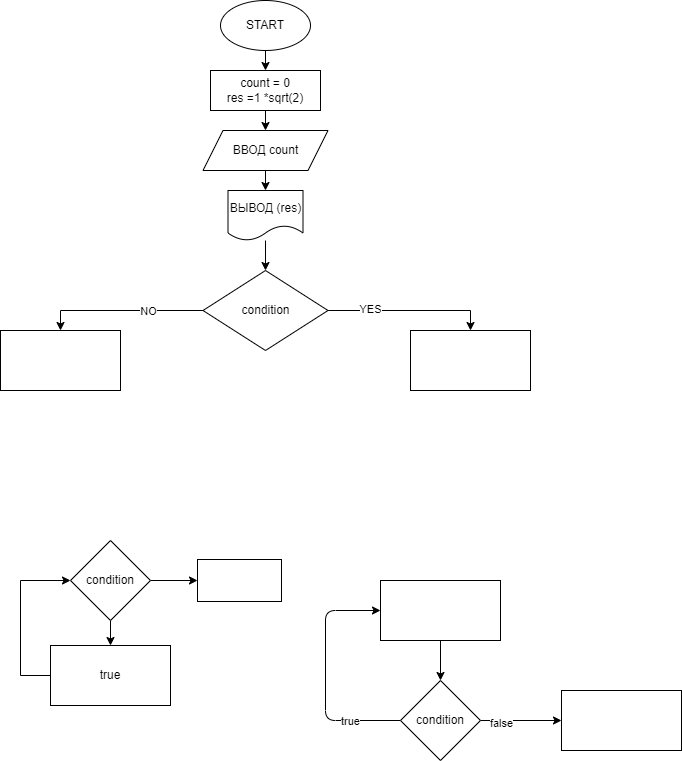
yasmin273/practice_temp keeps this draw.io diagram as ex000.drawio.png. Above is the earlier version. Source tidied: cells renumbered, new cells last; positions are measured from the earlier drawing's top-left corner, leaving out a move shared by most shapes. Its diagram source:
```xml
<mxGraphModel>
  <root>
    <mxCell id="0" />
    <mxCell id="1" parent="0" />
    <mxCell id="2" style="edgeStyle=none;html=1;rounded=0;" parent="1" edge="1" source="3" target="5">
      <mxGeometry relative="1" as="geometry" />
    </mxCell>
    <mxCell id="3" value="START&lt;br&gt;" style="ellipse;whiteSpace=wrap;html=1;rounded=0;" parent="1" vertex="1">
      <mxGeometry x="220" width="90" height="50" as="geometry" />
    </mxCell>
    <mxCell id="4" style="edgeStyle=none;html=1;rounded=0;" parent="1" edge="1" source="5" target="7">
      <mxGeometry relative="1" as="geometry" />
    </mxCell>
    <mxCell id="5" value="count = 0&lt;br&gt;res =1 *sqrt(2)" style="rounded=0;whiteSpace=wrap;html=1;" parent="1" vertex="1">
      <mxGeometry x="210" y="70" width="110" height="40" as="geometry" />
    </mxCell>
    <mxCell id="6" style="edgeStyle=none;html=1;rounded=0;" parent="1" edge="1" source="7" target="9">
      <mxGeometry relative="1" as="geometry" />
    </mxCell>
    <mxCell id="7" value="ВВОД count" style="shape=parallelogram;perimeter=parallelogramPerimeter;whiteSpace=wrap;html=1;fixedSize=1;rounded=0;" parent="1" vertex="1">
      <mxGeometry x="202.5" y="130" width="125" height="40" as="geometry" />
    </mxCell>
    <mxCell id="8" style="edgeStyle=none;html=1;rounded=0;" parent="1" edge="1" source="9" target="14">
      <mxGeometry relative="1" as="geometry" />
    </mxCell>
    <mxCell id="9" value="ВЫВОД (res)" style="shape=document;whiteSpace=wrap;html=1;boundedLbl=1;rounded=0;" parent="1" vertex="1">
      <mxGeometry x="227.5" y="190" width="75" height="50" as="geometry" />
    </mxCell>
    <mxCell id="10" style="edgeStyle=none;html=1;rounded=0;" parent="1" edge="1" source="14" target="15">
      <mxGeometry relative="1" as="geometry">
        <Array as="points">
          <mxPoint x="470" y="310" />
        </Array>
      </mxGeometry>
    </mxCell>
    <mxCell id="11" value="YES" style="edgeLabel;html=1;align=center;verticalAlign=middle;rounded=0;" parent="10" vertex="1">
      <mxGeometry x="-0.49" y="2" relative="1" as="geometry" />
    </mxCell>
    <mxCell id="12" style="edgeStyle=none;html=1;rounded=0;" parent="1" edge="1" source="14" target="16">
      <mxGeometry relative="1" as="geometry">
        <Array as="points">
          <mxPoint x="60" y="310" />
        </Array>
      </mxGeometry>
    </mxCell>
    <mxCell id="13" value="NO" style="edgeLabel;html=1;align=center;verticalAlign=middle;rounded=0;" parent="12" vertex="1">
      <mxGeometry x="-0.31" relative="1" as="geometry">
        <mxPoint x="1" as="offset" />
      </mxGeometry>
    </mxCell>
    <mxCell id="14" value="condition" style="rhombus;whiteSpace=wrap;html=1;rounded=0;" parent="1" vertex="1">
      <mxGeometry x="202.5" y="270" width="125" height="80" as="geometry" />
    </mxCell>
    <mxCell id="15" style="whiteSpace=wrap;html=1;rounded=0;" parent="1" vertex="1">
      <mxGeometry x="410" y="330" width="120" height="60" as="geometry" />
    </mxCell>
    <mxCell id="16" style="whiteSpace=wrap;html=1;rounded=0;" parent="1" vertex="1">
      <mxGeometry y="330" width="120" height="60" as="geometry" />
    </mxCell>
    <mxCell id="17" style="edgeStyle=none;html=1;rounded=0;" parent="1" edge="1" source="19" target="21">
      <mxGeometry relative="1" as="geometry" />
    </mxCell>
    <mxCell id="18" style="edgeStyle=none;html=1;" parent="1" edge="1" source="19" target="29">
      <mxGeometry relative="1" as="geometry" />
    </mxCell>
    <mxCell id="19" value="condition" style="rhombus;whiteSpace=wrap;html=1;rounded=0;" parent="1" vertex="1">
      <mxGeometry x="70" y="540" width="80" height="80" as="geometry" />
    </mxCell>
    <mxCell id="20" style="edgeStyle=none;html=1;entryX=0;entryY=0.5;entryDx=0;entryDy=0;rounded=0;" parent="1" edge="1" source="21" target="19">
      <mxGeometry relative="1" as="geometry">
        <Array as="points">
          <mxPoint x="20" y="675" />
          <mxPoint x="20" y="580" />
        </Array>
      </mxGeometry>
    </mxCell>
    <mxCell id="21" value="true" style="whiteSpace=wrap;html=1;rounded=0;" parent="1" vertex="1">
      <mxGeometry x="50" y="645" width="120" height="60" as="geometry" />
    </mxCell>
    <mxCell id="22" style="edgeStyle=none;html=1;entryX=0;entryY=0.5;entryDx=0;entryDy=0;" parent="1" edge="1" source="26" target="28">
      <mxGeometry relative="1" as="geometry">
        <Array as="points">
          <mxPoint x="325" y="720" />
          <mxPoint x="325" y="610" />
        </Array>
      </mxGeometry>
    </mxCell>
    <mxCell id="23" value="true" style="edgeLabel;html=1;align=center;verticalAlign=middle;" parent="22" vertex="1">
      <mxGeometry x="-0.58" relative="1" as="geometry" />
    </mxCell>
    <mxCell id="24" style="edgeStyle=none;html=1;" parent="1" edge="1" source="26" target="30">
      <mxGeometry relative="1" as="geometry" />
    </mxCell>
    <mxCell id="25" value="false" style="edgeLabel;html=1;align=center;verticalAlign=middle;" parent="24" vertex="1">
      <mxGeometry x="-0.51" y="-2" relative="1" as="geometry" />
    </mxCell>
    <mxCell id="26" value="condition" style="rhombus;whiteSpace=wrap;html=1;rounded=0;" parent="1" vertex="1">
      <mxGeometry x="400" y="680" width="80" height="80" as="geometry" />
    </mxCell>
    <mxCell id="27" style="edgeStyle=none;html=1;rounded=0;" parent="1" edge="1" source="28" target="26">
      <mxGeometry relative="1" as="geometry" />
    </mxCell>
    <mxCell id="28" style="rounded=0;whiteSpace=wrap;html=1;" parent="1" vertex="1">
      <mxGeometry x="380" y="580" width="120" height="60" as="geometry" />
    </mxCell>
    <mxCell id="29" style="whiteSpace=wrap;html=1;rounded=0;" parent="1" vertex="1">
      <mxGeometry x="197" y="559" width="84" height="42" as="geometry" />
    </mxCell>
    <mxCell id="30" style="whiteSpace=wrap;html=1;rounded=0;" parent="1" vertex="1">
      <mxGeometry x="561" y="690" width="120" height="60" as="geometry" />
    </mxCell>
  </root>
</mxGraphModel>
```
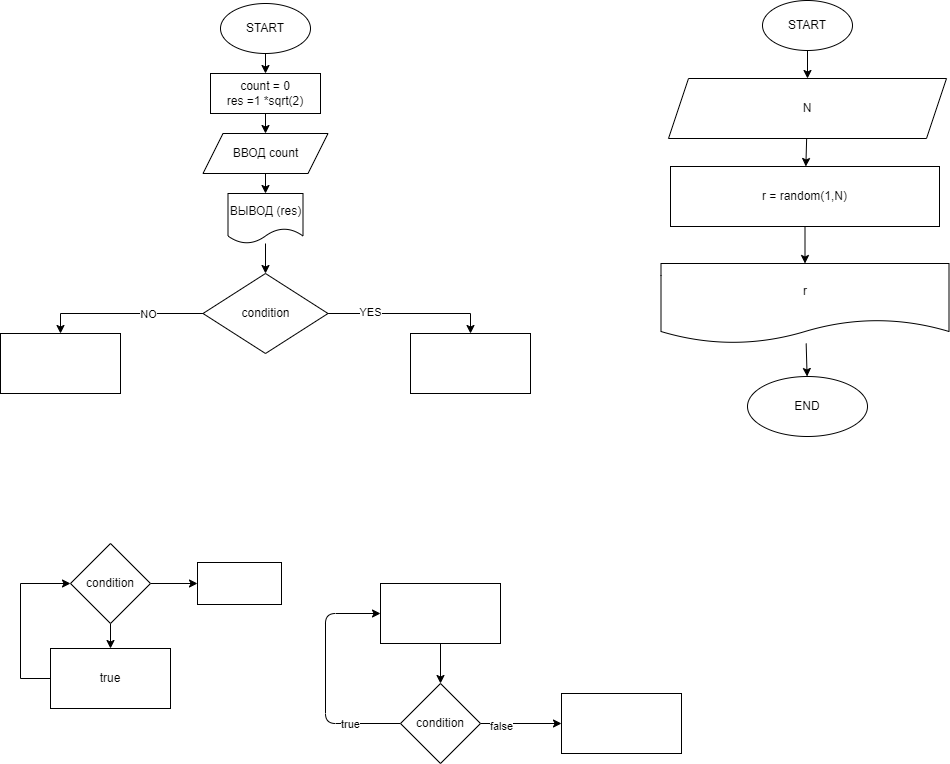
The same diagram one commit later.

Diff of the diagram source:
```diff
@@ -109,5 +109,32 @@
     <mxCell id="30" style="whiteSpace=wrap;html=1;rounded=0;" parent="1" vertex="1">
       <mxGeometry x="561" y="690" width="120" height="60" as="geometry" />
     </mxCell>
+    <mxCell id="31" style="edgeStyle=none;html=1;fontSize=13;" parent="1" edge="1" source="32" target="34">
+      <mxGeometry relative="1" as="geometry" />
+    </mxCell>
+    <mxCell id="32" value="START&lt;br&gt;" style="ellipse;whiteSpace=wrap;html=1;rounded=0;" parent="1" vertex="1">
+      <mxGeometry x="762" y="-3" width="90" height="50" as="geometry" />
+    </mxCell>
+    <mxCell id="33" style="edgeStyle=none;html=1;fontSize=13;" parent="1" edge="1" source="34" target="36">
+      <mxGeometry relative="1" as="geometry" />
+    </mxCell>
+    <mxCell id="34" value="N" style="shape=parallelogram;perimeter=parallelogramPerimeter;whiteSpace=wrap;html=1;fixedSize=1;rounded=0;" parent="1" vertex="1">
+      <mxGeometry x="668" y="75" width="278" height="60" as="geometry" />
+    </mxCell>
+    <mxCell id="35" style="edgeStyle=none;html=1;fontSize=13;" parent="1" edge="1" source="36" target="38">
+      <mxGeometry relative="1" as="geometry" />
+    </mxCell>
+    <mxCell id="36" value="r = random(1,N)" style="whiteSpace=wrap;html=1;rounded=0;" parent="1" vertex="1">
+      <mxGeometry x="670" y="163" width="269" height="60" as="geometry" />
+    </mxCell>
+    <mxCell id="37" style="edgeStyle=none;html=1;fontSize=13;" parent="1" edge="1" source="38" target="39">
+      <mxGeometry relative="1" as="geometry" />
+    </mxCell>
+    <mxCell id="38" value="r" style="shape=document;whiteSpace=wrap;html=1;boundedLbl=1;rounded=0;" parent="1" vertex="1">
+      <mxGeometry x="660.5" y="260" width="288" height="80" as="geometry" />
+    </mxCell>
+    <mxCell id="39" value="END" style="ellipse;whiteSpace=wrap;html=1;rounded=0;" parent="1" vertex="1">
+      <mxGeometry x="747" y="373" width="120" height="60" as="geometry" />
+    </mxCell>
   </root>
 </mxGraphModel>
```
